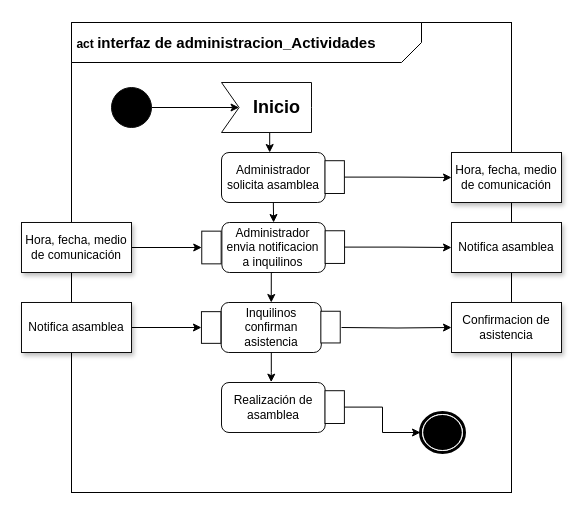
The draw.io diagram Untitled Diagram.drawio in mnivia/Administracion-unidades-cerradas, before the edit. Source tidied: cells renumbered, new cells numbered last; positions are measured from the earlier drawing's top-left corner, leaving out a move shared by most shapes. Both pictures are drawn from the tidied source at 100%, with x=0, y=0 at pixel (21, 22).
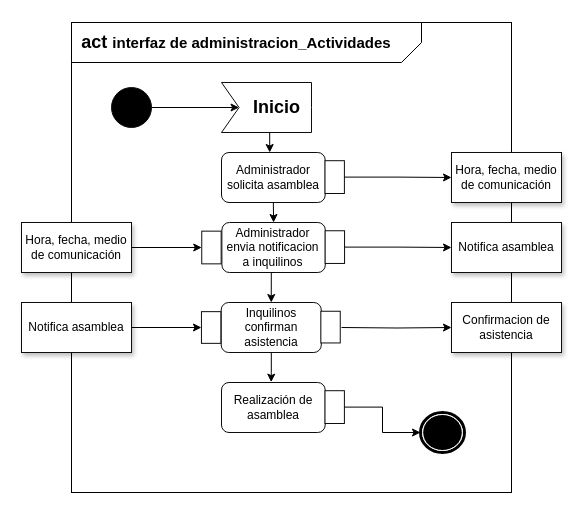
Above is the later version.

Commit message:
Diagrama de activdades

What changed in the source:
```diff
@@
-    <mxCell id="4" value="&lt;h4&gt;&lt;b&gt;act&amp;nbsp;&lt;/b&gt;&lt;span style=&quot;font-size: 15px ; text-align: left&quot;&gt;interfaz de administracion_Actividades&lt;/span&gt;&lt;/h4&gt;" style="text;html=1;strokeColor=none;fillColor=none;align=center;verticalAlign=middle;whiteSpace=wrap;rounded=0;" parent="1" vertex="1">
-      <mxGeometry x="50" y="10" width="310" height="20" as="geometry" />
+    <mxCell id="4" value="&lt;h2&gt;act&lt;b&gt;&amp;nbsp;&lt;/b&gt;&lt;span style=&quot;font-size: 15px ; text-align: left&quot;&gt;interfaz de administracion_Actividades&lt;/span&gt;&lt;/h2&gt;" style="text;html=1;strokeColor=none;fillColor=none;align=center;verticalAlign=middle;whiteSpace=wrap;rounded=0;" parent="1" vertex="1">
+      <mxGeometry x="50" y="10" width="330" height="20" as="geometry" />
     </mxCell>
```
